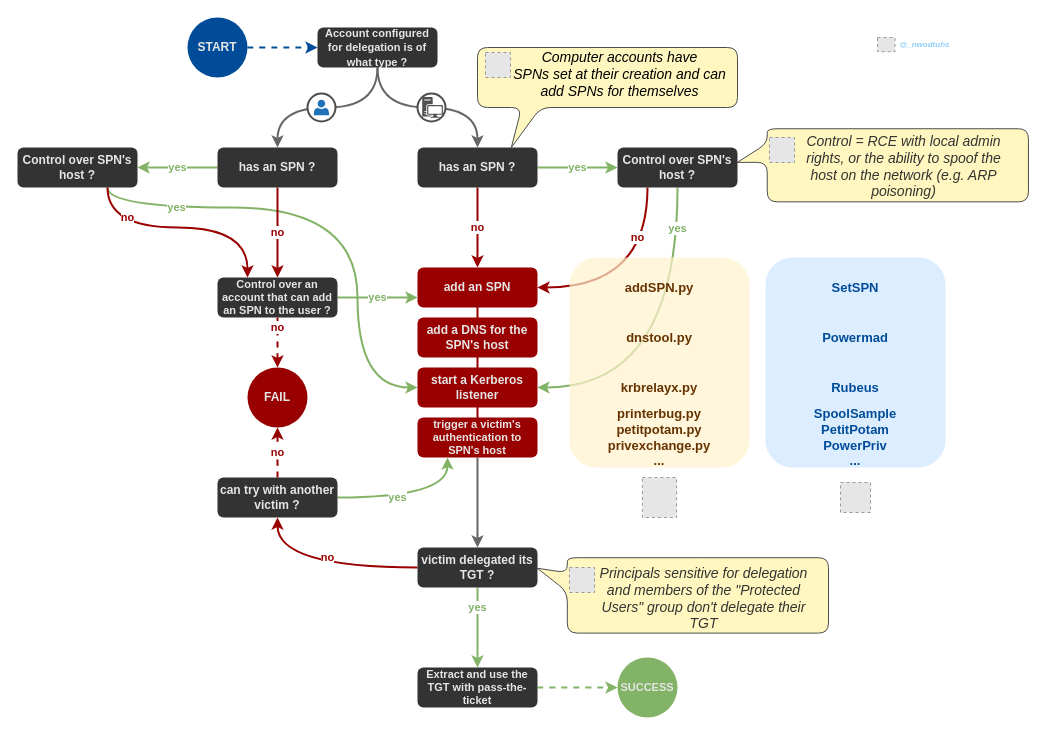
The draw.io diagram page "unconstrained" (1 of 4) of .assets/drawios/Kerberos_delegations.drawio in The-Hacker-Recipes/The-Hacker-Recipes, before the edit. Source tidied: cells renumbered, new cells numbered last; positions are measured from the earlier drawing's top-left corner, leaving out a move shared by most shapes. Both pictures are drawn from the tidied source at 100%, with x=0, y=0 at pixel (17, 17). Pictures stored in the file or linked from it are replaced by grey dashed boxes.
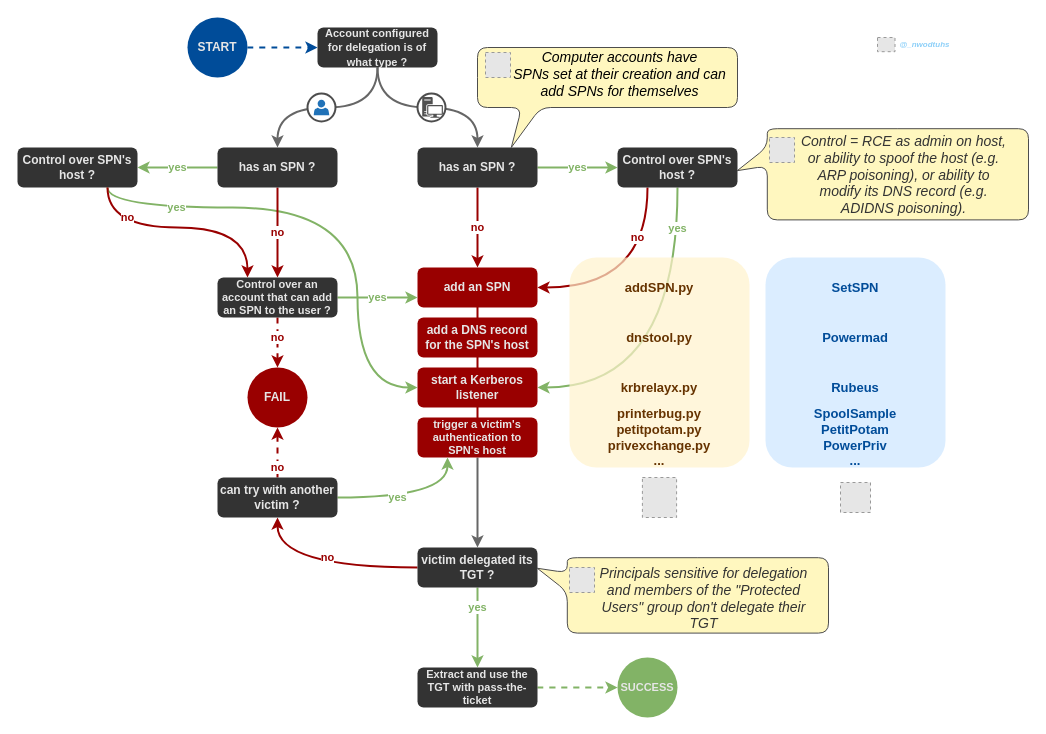
The same diagram, later.

The change refers to these unchanged cells:
```xml
<mxCell id="19" value="Control over an account that can add an SPN to the user ?" style="rounded=1;whiteSpace=wrap;html=1;fontColor=#E6E6E6;fontStyle=1;fillColor=#333333;strokeColor=none;fontSize=11;" parent="1" vertex="1">
  <mxGeometry x="200" y="260" width="120" height="40" as="geometry" />
</mxCell>
<mxCell id="20" value="FAIL" style="ellipse;whiteSpace=wrap;html=1;fillColor=#990000;fontSize=12;fontStyle=1;fontColor=#E6E6E6;strokeColor=none;" parent="1" vertex="1">
  <mxGeometry x="230" y="350" width="60" height="60" as="geometry" />
</mxCell>
<mxCell id="36" value="can try with another victim ?" style="rounded=1;whiteSpace=wrap;html=1;fontColor=#E6E6E6;fontStyle=1;strokeColor=none;fontSize=12;fillColor=#333333;" parent="1" vertex="1">
  <mxGeometry x="200" y="460" width="120" height="40" as="geometry" />
</mxCell>
```

Change to the diagram source:
```diff
@@
     <mxCell id="17" value="no" style="edgeStyle=orthogonalEdgeStyle;rounded=0;jettySize=auto;html=1;fontSize=11;strokeWidth=2;curved=1;dashed=1;strokeColor=#990000;labelBackgroundColor=#ffffff;fontColor=#990000;fontStyle=1;" parent="1" edge="1" source="19" target="20">
-      <mxGeometry x="-0.6" relative="1" as="geometry" />
+      <mxGeometry x="-0.2" relative="1" as="geometry" />
     </mxCell>
@@
-    <mxCell id="22" value="add a DNS for the SPN's host" style="rounded=1;whiteSpace=wrap;html=1;fontColor=#E6E6E6;fontStyle=1;strokeColor=none;fillColor=#990000;" parent="1" vertex="1">
+    <mxCell id="22" value="add a DNS record for the SPN's host" style="rounded=1;whiteSpace=wrap;html=1;fontColor=#E6E6E6;fontStyle=1;strokeColor=none;fillColor=#990000;" parent="1" vertex="1">
       <mxGeometry x="400" y="300" width="120" height="40" as="geometry" />
     </mxCell>
@@
     <mxCell id="35" value="no" style="edgeStyle=orthogonalEdgeStyle;rounded=0;jettySize=auto;html=1;fontSize=11;strokeWidth=2;curved=1;dashed=1;strokeColor=#990000;labelBackgroundColor=#ffffff;fontColor=#990000;fontStyle=1;" parent="1" edge="1" source="36" target="20">
-      <mxGeometry relative="1" as="geometry" />
+      <mxGeometry x="-0.6" relative="1" as="geometry" />
     </mxCell>
@@
     <mxCell id="64" style="shape=callout;whiteSpace=wrap;html=1;perimeter=calloutPerimeter;fillColor=#FFF7BF;gradientColor=none;fontSize=10;fontColor=#666666;align=left;rounded=1;position2=0.46;rotation=90;base=19;size=30;position=0.2;strokeWidth=1;strokeColor=#4D4D4D;" parent="1" vertex="1">
-      <mxGeometry x="828.8" y="2.2" width="73.1" height="291.2" as="geometry" />
+      <mxGeometry x="819.8" y="11.2" width="91.2" height="291.2" as="geometry" />
     </mxCell>
@@
-    <mxCell id="66" value="&lt;font color=&quot;#333333&quot;&gt;&lt;span style=&quot;font-size: 14px&quot;&gt;Control = RCE with local admin rights, or the ability to spoof the host on the network (e.g. ARP poisoning)&lt;/span&gt;&lt;/font&gt;" style="text;whiteSpace=wrap;html=1;fontSize=11;labelBackgroundColor=none;align=center;fontStyle=2;" parent="1" vertex="1">
+    <mxCell id="66" value="&lt;font color=&quot;#333333&quot;&gt;&lt;span style=&quot;font-size: 14px&quot;&gt;Control = RCE as admin on host, or ability to spoof the host (e.g. ARP poisoning), or ability to modify its DNS record (e.g. ADIDNS poisoning).&lt;/span&gt;&lt;/font&gt;" style="text;whiteSpace=wrap;html=1;fontSize=11;labelBackgroundColor=none;align=center;fontStyle=2;" parent="1" vertex="1">
       <mxGeometry x="777" y="109.4" width="219" height="70" as="geometry" />
     </mxCell>
```
